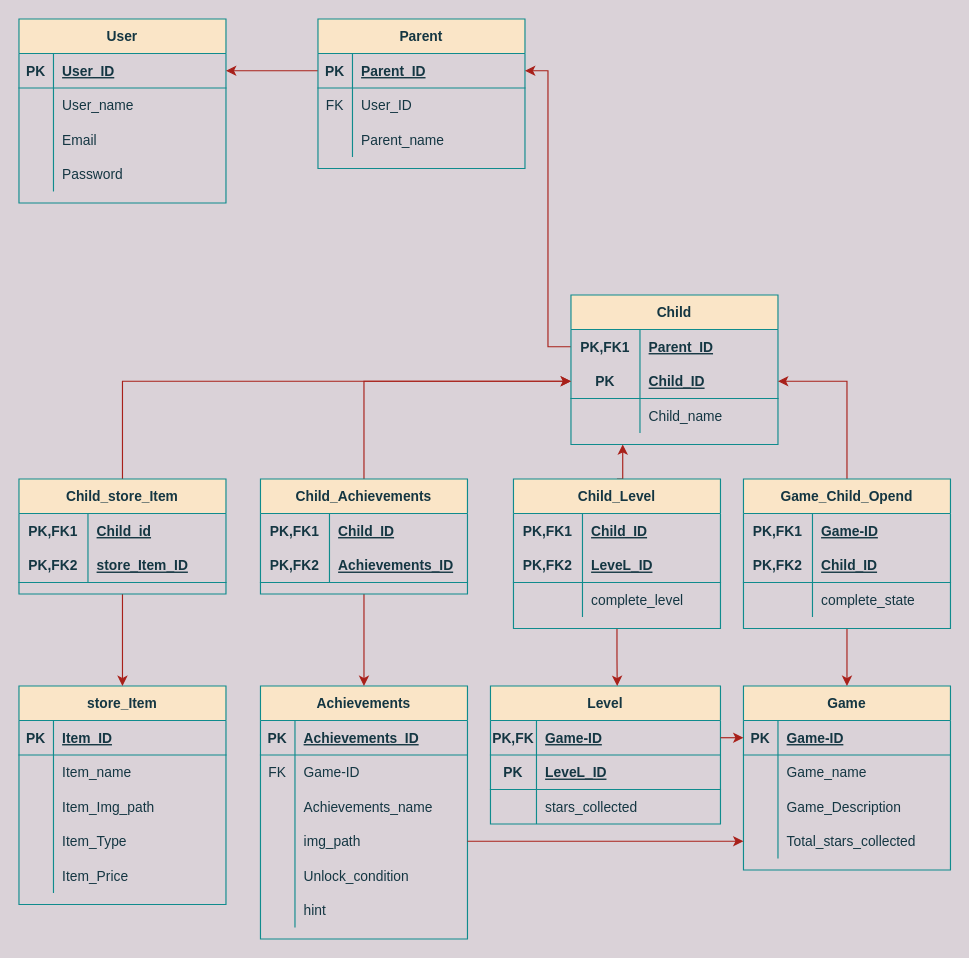
The draw.io diagram page "Page-2" (2 of 2) of Diagrams/Database_Schema v2.drawio in LUDOOS/LUDOSDOCS, before the edit. Source tidied: cells renumbered, new cells numbered last; positions are measured from the earlier drawing's top-left corner, leaving out a move shared by most shapes. Both pictures are drawn from the tidied source at 115%, with x=0, y=0 at pixel (18, 18).
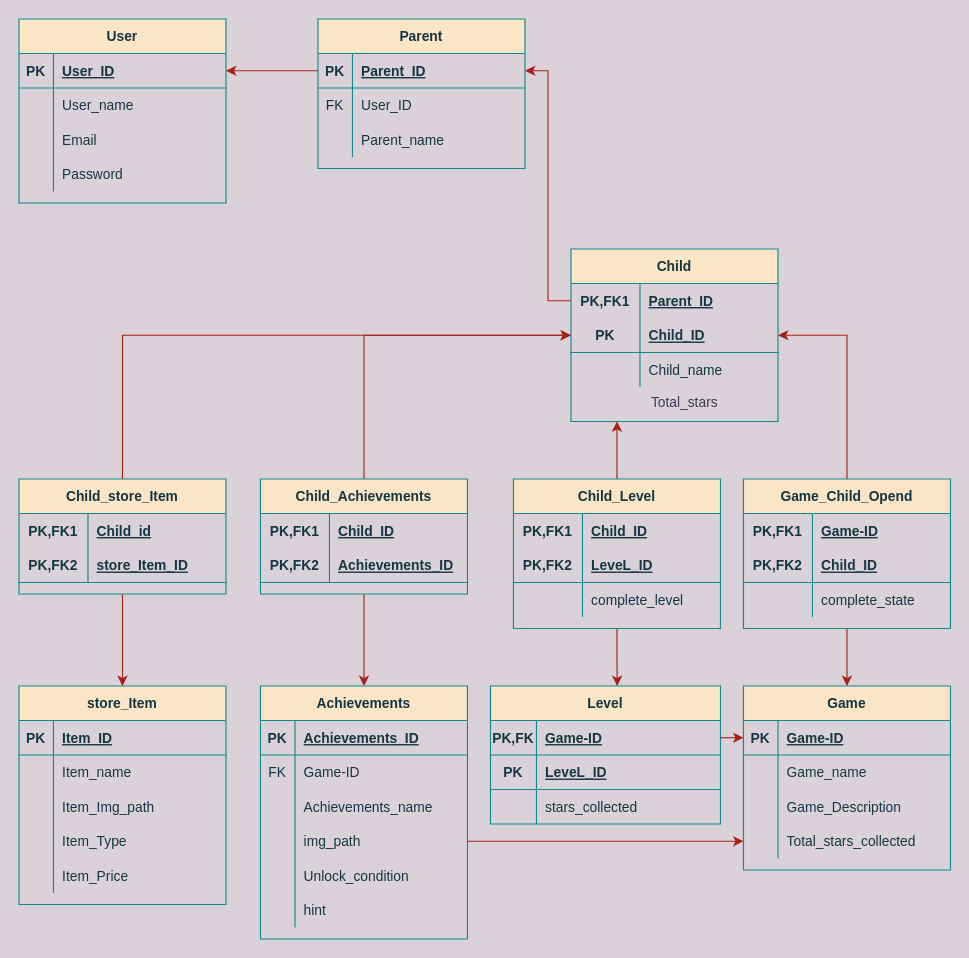
The same diagram, later.

Unchanged cells that the change refers to:
```xml
<mxCell id="110" value="Child_Level" style="shape=table;startSize=30;childLayout=tableLayout;rowLines=0;fontStyle=1;align=center;labelBorderColor=none;fontColor=#143642;fillColor=#FAE5C7;strokeColor=#0F8B8D;" parent="1" vertex="1">
  <mxGeometry x="430" y="400" width="180" height="130" as="geometry" />
</mxCell>
```

Diff of the diagram source:
```diff
@@
     <mxCell id="27" value="Child" style="shape=table;startSize=30;childLayout=tableLayout;rowLines=0;fontStyle=1;align=center;labelBorderColor=none;fontColor=#143642;fillColor=#FAE5C7;strokeColor=#0F8B8D;" parent="1" vertex="1">
-      <mxGeometry x="480" y="240" width="180" height="130" as="geometry" />
+      <mxGeometry x="480" y="200" width="180" height="150" as="geometry" />
     </mxCell>
@@
-    <mxCell id="109" style="edgeStyle=orthogonalEdgeStyle;rounded=0;jettySize=auto;html=1;exitX=0.5;exitY=0;exitDx=0;exitDy=0;entryX=0.25;entryY=1;entryDx=0;entryDy=0;fontColor=#143642;labelBackgroundColor=#DAD2D8;strokeColor=#A8201A;" parent="1" edge="1" source="110" target="27">
-      <mxGeometry relative="1" as="geometry" />
+    <mxCell id="109" style="edgeStyle=orthogonalEdgeStyle;rounded=0;jettySize=auto;html=1;exitX=0.5;exitY=0;exitDx=0;exitDy=0;fontColor=#143642;labelBackgroundColor=#DAD2D8;strokeColor=#A8201A;" parent="1" edge="1" source="110">
+      <mxGeometry relative="1" as="geometry">
+        <mxPoint x="520" y="350" as="targetPoint" />
+      </mxGeometry>
     </mxCell>
@@
+    <mxCell id="139" value="Total_stars" style="text;strokeColor=none;fillColor=none;align=left;verticalAlign=top;spacingLeft=4;spacingRight=4;overflow=hidden;fontColor=#393C56;" parent="1" vertex="1">
+      <mxGeometry x="544" y="320" width="100" height="26" as="geometry" />
+    </mxCell>
```
